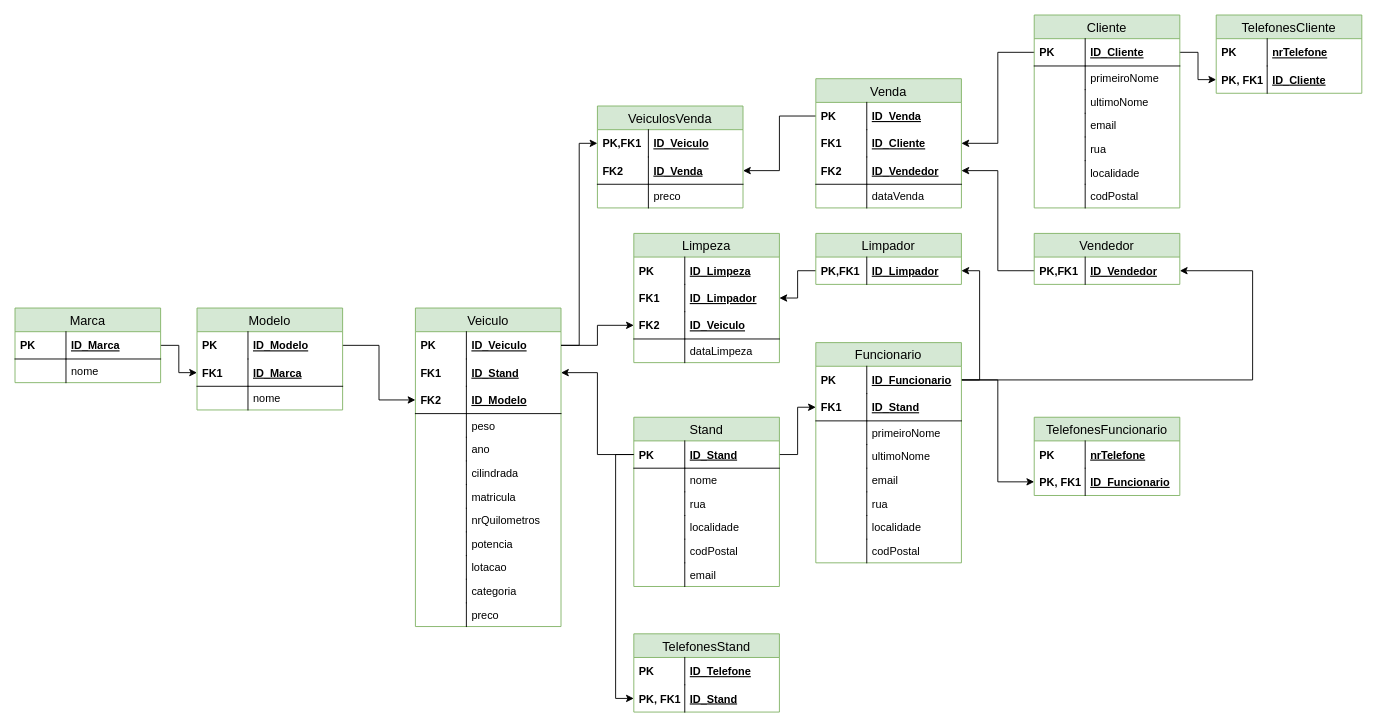
Above: DRAWIO Modelo Logico.drawio in gabrieljjm/projeto-final-dev-bd (draw.io), before the change. Source tidied: cells renumbered, new cells numbered last; positions are measured from the earlier drawing's top-left corner, leaving out a move shared by most shapes. Both pictures are drawn from the tidied source at 91%, with x=0, y=0 at pixel (15, 15).
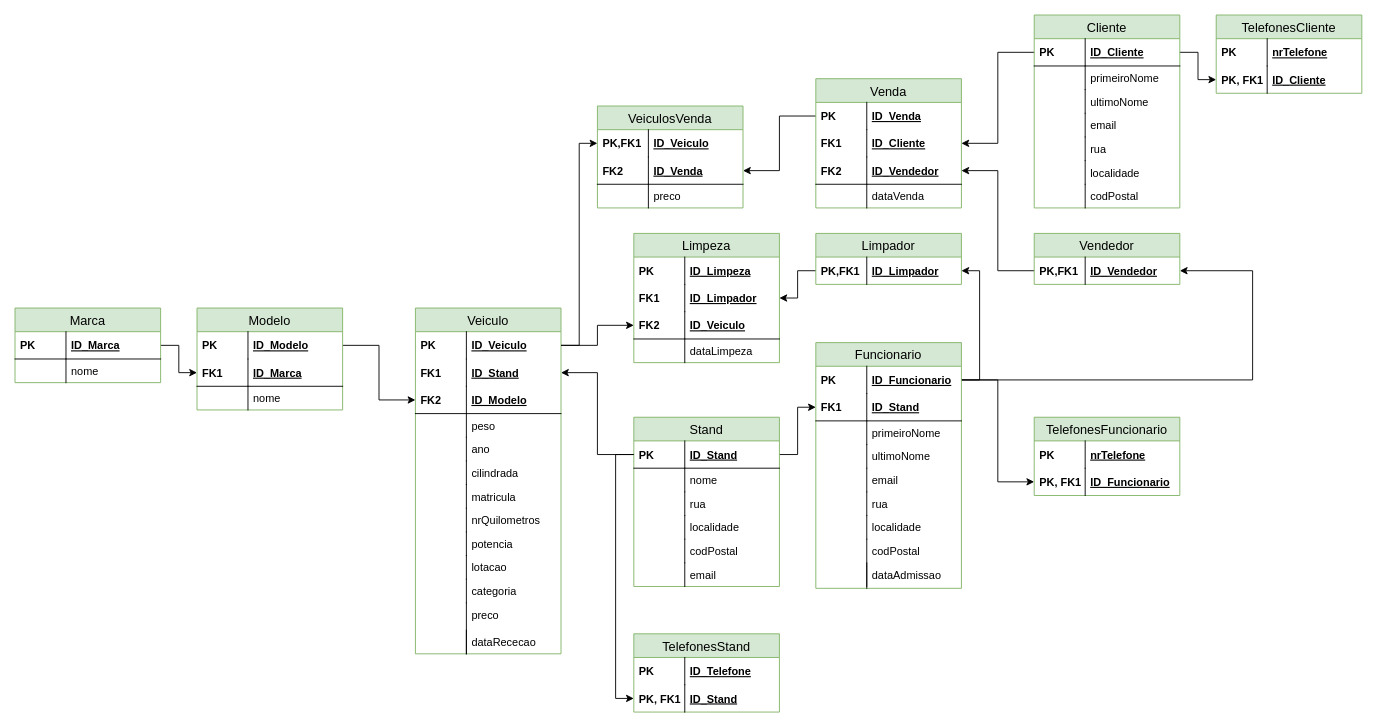
The same diagram, later.

The edit, as a diff of the source:
```diff
@@
     <mxCell id="10" value="Veiculo" style="swimlane;fontStyle=0;horizontal=1;startSize=26;align=center;fontSize=14;fillColor=#d5e8d4;strokeColor=#82b366;" parent="1" vertex="1">
-      <mxGeometry x="440" y="322" width="160" height="350" as="geometry" />
+      <mxGeometry x="440" y="322" width="160" height="380" as="geometry" />
     </mxCell>
@@
     <mxCell id="33" value="preco" style="shape=partialRectangle;top=0;left=0;right=0;bottom=0;align=left;verticalAlign=top;fillColor=none;spacingLeft=60;spacingRight=4;overflow=hidden;fontSize=12;" parent="10" vertex="1">
-      <mxGeometry y="324" width="160" height="26" as="geometry" />
+      <mxGeometry y="324" width="160" height="56" as="geometry" />
     </mxCell>
     <mxCell id="34" style="shape=partialRectangle;fontStyle=1;top=0;left=0;bottom=0;fillColor=none;align=left;verticalAlign=top;spacingLeft=4;spacingRight=4;overflow=hidden;fontSize=12;" parent="33" vertex="1">
-      <mxGeometry width="56" height="26" as="geometry" />
+      <mxGeometry width="56" height="56" as="geometry" />
     </mxCell>
@@
     <mxCell id="84" value="Funcionario" style="swimlane;fontStyle=0;horizontal=1;startSize=26;align=center;fontSize=14;fillColor=#d5e8d4;strokeColor=#82b366;" parent="1" vertex="1">
-      <mxGeometry x="880" y="360" width="160" height="242" as="geometry" />
+      <mxGeometry x="880" y="360" width="160" height="270" as="geometry" />
     </mxCell>
@@
     <mxCell id="99" value="codPostal" style="shape=partialRectangle;top=0;left=0;right=0;bottom=0;align=left;verticalAlign=top;fillColor=none;spacingLeft=60;spacingRight=4;overflow=hidden;fontSize=12;" parent="84" vertex="1">
-      <mxGeometry y="216" width="160" height="26" as="geometry" />
+      <mxGeometry y="216" width="160" height="54" as="geometry" />
     </mxCell>
     <mxCell id="100" style="shape=partialRectangle;fontStyle=1;top=0;left=0;bottom=0;fillColor=none;align=left;verticalAlign=top;spacingLeft=4;spacingRight=4;overflow=hidden;fontSize=12;" parent="99" vertex="1">
-      <mxGeometry width="56" height="26" as="geometry" />
+      <mxGeometry width="56" height="54" as="geometry" />
     </mxCell>
@@
+    <mxCell id="145" value="dataAdmissao" style="shape=partialRectangle;top=0;left=0;right=0;bottom=0;align=left;verticalAlign=top;fillColor=none;spacingLeft=60;spacingRight=4;overflow=hidden;fontSize=12;" parent="1" vertex="1">
+      <mxGeometry x="880" y="602" width="160" height="26" as="geometry" />
+    </mxCell>
+    <mxCell id="146" style="shape=partialRectangle;fontStyle=1;top=0;left=0;bottom=0;fillColor=none;align=left;verticalAlign=top;spacingLeft=4;spacingRight=4;overflow=hidden;fontSize=12;" parent="145" vertex="1">
+      <mxGeometry width="56" height="26" as="geometry" />
+    </mxCell>
+    <mxCell id="147" value="dataRececao" style="shape=partialRectangle;top=0;left=0;right=0;bottom=0;align=left;verticalAlign=top;fillColor=none;spacingLeft=60;spacingRight=4;overflow=hidden;fontSize=12;" parent="1" vertex="1">
+      <mxGeometry x="440" y="676" width="160" height="26" as="geometry" />
+    </mxCell>
+    <mxCell id="148" style="shape=partialRectangle;fontStyle=1;top=0;left=0;bottom=0;fillColor=none;align=left;verticalAlign=top;spacingLeft=4;spacingRight=4;overflow=hidden;fontSize=12;" parent="147" vertex="1">
+      <mxGeometry width="56" height="26" as="geometry" />
+    </mxCell>
```
